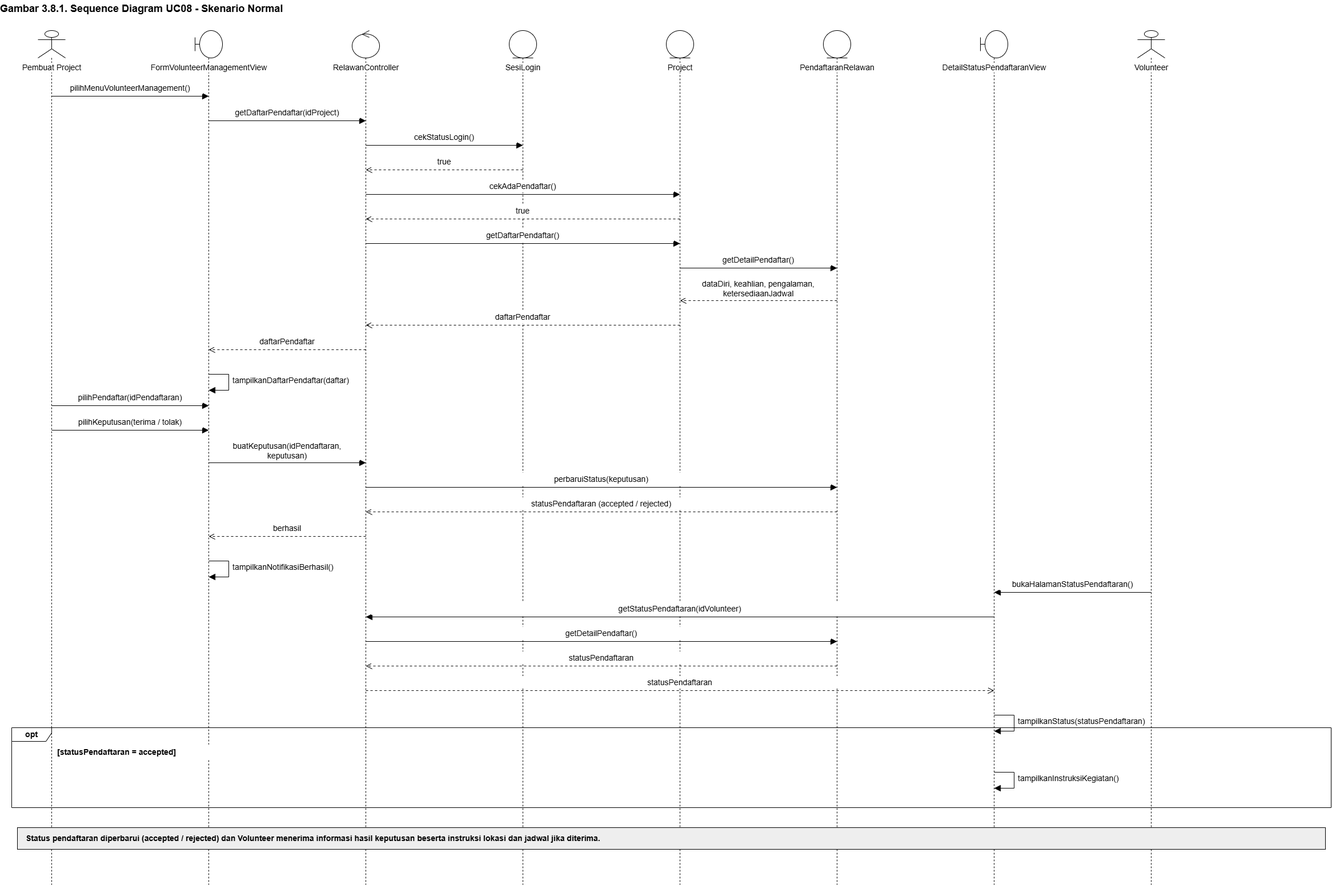
Before: docs/M7/assets/diagram/sequence-uc08-normal.png, a diagram exported from draw.io (Brynpamungkas/IF2150-RPL-K02-G08). Source tidied: cells renumbered, new cells last; positions are measured from the earlier drawing's top-left corner, leaving out a move shared by most shapes.
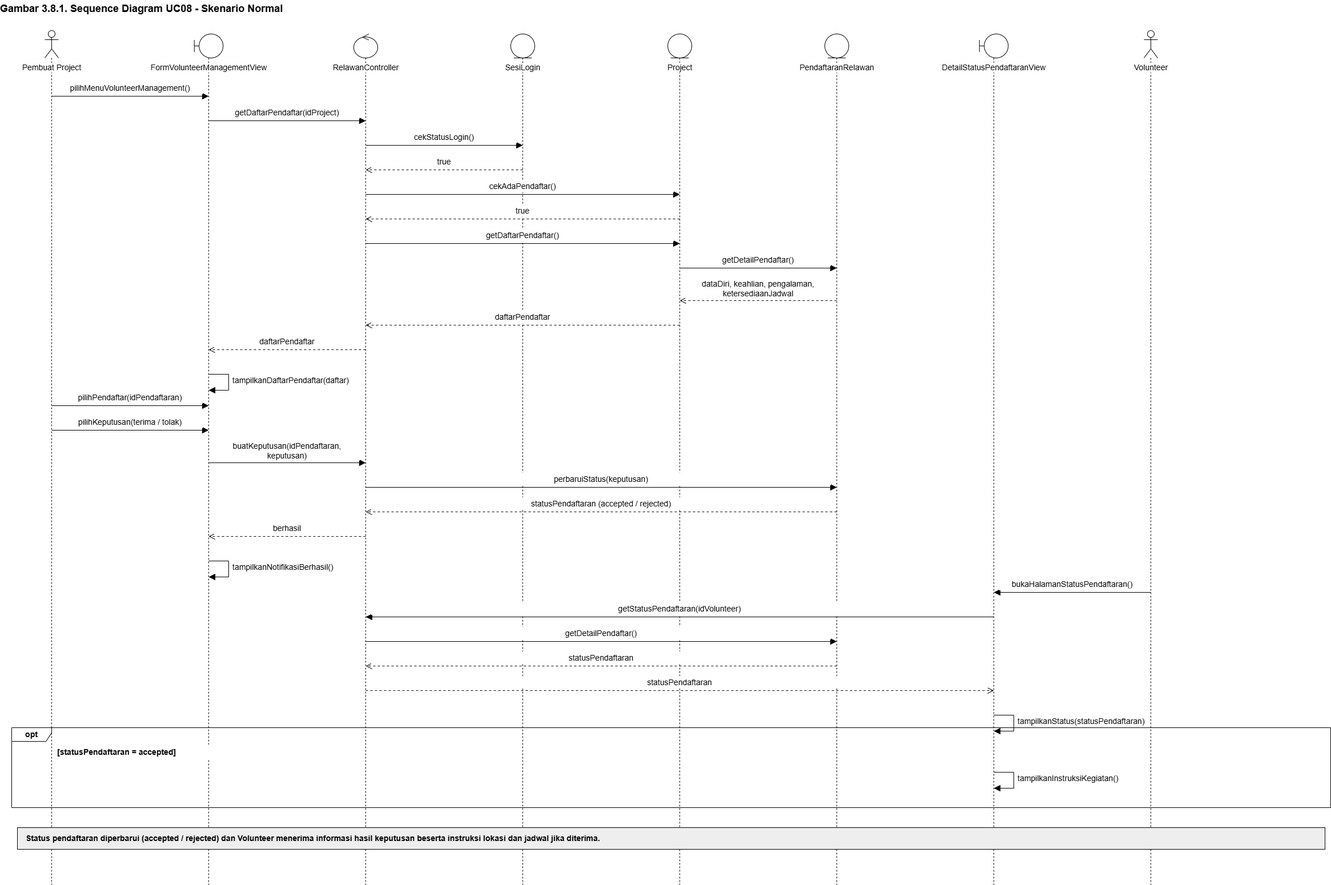
After the commit.

Commit message:
assets: add sequence diagram 3.8-3.10

Diff of the diagram source:
```diff
@@ -6,28 +6,28 @@
       <mxGeometry width="2330" height="30" as="geometry" />
     </mxCell>
     <mxCell id="3" value="Pembuat Project" style="shape=umlLifeline;participant=umlActor;perimeter=lifelinePerimeter;whiteSpace=nowrap;html=1;verticalAlign=top;spacingTop=50;size=48;fontFamily=Arial;fontSize=14;labelBackgroundColor=#FFFFFF;fillColor=#FFFFFF;strokeColor=#000000;" parent="1" vertex="1">
-      <mxGeometry x="66" y="53" width="48" height="1496" as="geometry" />
+      <mxGeometry x="78" y="53" width="24" height="1496" as="geometry" />
     </mxCell>
-    <mxCell id="4" value="FormVolunteerManagementView" style="shape=umlLifeline;participant=umlBoundary;perimeter=lifelinePerimeter;whiteSpace=nowrap;html=1;verticalAlign=top;spacingTop=50;size=48;fontFamily=Arial;fontSize=14;labelBackgroundColor=#FFFFFF;fillColor=#FFFFFF;strokeColor=#000000;" parent="1" vertex="1">
-      <mxGeometry x="341" y="53" width="48" height="1496" as="geometry" />
+    <mxCell id="4" value="FormVolunteerManagementView" style="shape=umlLifeline;participant=umlBoundary;perimeter=lifelinePerimeter;whiteSpace=nowrap;html=1;verticalAlign=top;spacingTop=44;size=42;fontFamily=Arial;fontSize=14;labelBackgroundColor=#FFFFFF;fillColor=#FFFFFF;strokeColor=#000000;" parent="1" vertex="1">
+      <mxGeometry x="339.8" y="59" width="50.4" height="1490" as="geometry" />
     </mxCell>
-    <mxCell id="5" value="RelawanController" style="shape=umlLifeline;participant=umlControl;perimeter=lifelinePerimeter;whiteSpace=nowrap;html=1;verticalAlign=top;spacingTop=50;size=48;fontFamily=Arial;fontSize=14;labelBackgroundColor=#FFFFFF;fillColor=#FFFFFF;strokeColor=#000000;" parent="1" vertex="1">
-      <mxGeometry x="616" y="53" width="48" height="1496" as="geometry" />
+    <mxCell id="5" value="RelawanController" style="shape=umlLifeline;participant=umlControl;perimeter=lifelinePerimeter;whiteSpace=nowrap;html=1;verticalAlign=top;spacingTop=44;size=42;fontFamily=Arial;fontSize=14;labelBackgroundColor=#FFFFFF;fillColor=#FFFFFF;strokeColor=#000000;" parent="1" vertex="1">
+      <mxGeometry x="619" y="59" width="42" height="1490" as="geometry" />
     </mxCell>
-    <mxCell id="6" value="SesiLogin" style="shape=umlLifeline;participant=umlEntity;perimeter=lifelinePerimeter;whiteSpace=nowrap;html=1;verticalAlign=top;spacingTop=50;size=48;fontFamily=Arial;fontSize=14;labelBackgroundColor=#FFFFFF;fillColor=#FFFFFF;strokeColor=#000000;" parent="1" vertex="1">
-      <mxGeometry x="891" y="53" width="48" height="1496" as="geometry" />
+    <mxCell id="6" value="SesiLogin" style="shape=umlLifeline;participant=umlEntity;perimeter=lifelinePerimeter;whiteSpace=nowrap;html=1;verticalAlign=top;spacingTop=44;size=42;fontFamily=Arial;fontSize=14;labelBackgroundColor=#FFFFFF;fillColor=#FFFFFF;strokeColor=#000000;" parent="1" vertex="1">
+      <mxGeometry x="894" y="59" width="42" height="1490" as="geometry" />
     </mxCell>
-    <mxCell id="7" value="Project" style="shape=umlLifeline;participant=umlEntity;perimeter=lifelinePerimeter;whiteSpace=nowrap;html=1;verticalAlign=top;spacingTop=50;size=48;fontFamily=Arial;fontSize=14;labelBackgroundColor=#FFFFFF;fillColor=#FFFFFF;strokeColor=#000000;" parent="1" vertex="1">
-      <mxGeometry x="1166" y="53" width="48" height="1496" as="geometry" />
+    <mxCell id="7" value="Project" style="shape=umlLifeline;participant=umlEntity;perimeter=lifelinePerimeter;whiteSpace=nowrap;html=1;verticalAlign=top;spacingTop=44;size=42;fontFamily=Arial;fontSize=14;labelBackgroundColor=#FFFFFF;fillColor=#FFFFFF;strokeColor=#000000;" parent="1" vertex="1">
+      <mxGeometry x="1169" y="59" width="42" height="1490" as="geometry" />
     </mxCell>
-    <mxCell id="8" value="PendaftaranRelawan" style="shape=umlLifeline;participant=umlEntity;perimeter=lifelinePerimeter;whiteSpace=nowrap;html=1;verticalAlign=top;spacingTop=50;size=48;fontFamily=Arial;fontSize=14;labelBackgroundColor=#FFFFFF;fillColor=#FFFFFF;strokeColor=#000000;" parent="1" vertex="1">
-      <mxGeometry x="1441" y="53" width="48" height="1496" as="geometry" />
+    <mxCell id="8" value="PendaftaranRelawan" style="shape=umlLifeline;participant=umlEntity;perimeter=lifelinePerimeter;whiteSpace=nowrap;html=1;verticalAlign=top;spacingTop=44;size=42;fontFamily=Arial;fontSize=14;labelBackgroundColor=#FFFFFF;fillColor=#FFFFFF;strokeColor=#000000;" parent="1" vertex="1">
+      <mxGeometry x="1444" y="59" width="42" height="1490" as="geometry" />
     </mxCell>
-    <mxCell id="9" value="DetailStatusPendaftaranView" style="shape=umlLifeline;participant=umlBoundary;perimeter=lifelinePerimeter;whiteSpace=nowrap;html=1;verticalAlign=top;spacingTop=50;size=48;fontFamily=Arial;fontSize=14;labelBackgroundColor=#FFFFFF;fillColor=#FFFFFF;strokeColor=#000000;" parent="1" vertex="1">
-      <mxGeometry x="1716" y="53" width="48" height="1496" as="geometry" />
+    <mxCell id="9" value="DetailStatusPendaftaranView" style="shape=umlLifeline;participant=umlBoundary;perimeter=lifelinePerimeter;whiteSpace=nowrap;html=1;verticalAlign=top;spacingTop=44;size=42;fontFamily=Arial;fontSize=14;labelBackgroundColor=#FFFFFF;fillColor=#FFFFFF;strokeColor=#000000;" parent="1" vertex="1">
+      <mxGeometry x="1714.8" y="59" width="50.4" height="1490" as="geometry" />
     </mxCell>
     <mxCell id="10" value="Volunteer" style="shape=umlLifeline;participant=umlActor;perimeter=lifelinePerimeter;whiteSpace=nowrap;html=1;verticalAlign=top;spacingTop=50;size=48;fontFamily=Arial;fontSize=14;labelBackgroundColor=#FFFFFF;fillColor=#FFFFFF;strokeColor=#000000;" parent="1" vertex="1">
-      <mxGeometry x="1991" y="53" width="48" height="1496" as="geometry" />
+      <mxGeometry x="2003" y="53" width="24" height="1496" as="geometry" />
     </mxCell>
     <mxCell id="11" value="opt" style="shape=umlFrame;whiteSpace=wrap;html=1;width=70;height=24;fontFamily=Arial;fontSize=14;fontStyle=1;fillColor=none;strokeColor=#000000;" parent="1" vertex="1">
       <mxGeometry x="20" y="1274" width="2310" height="140" as="geometry" />
```
